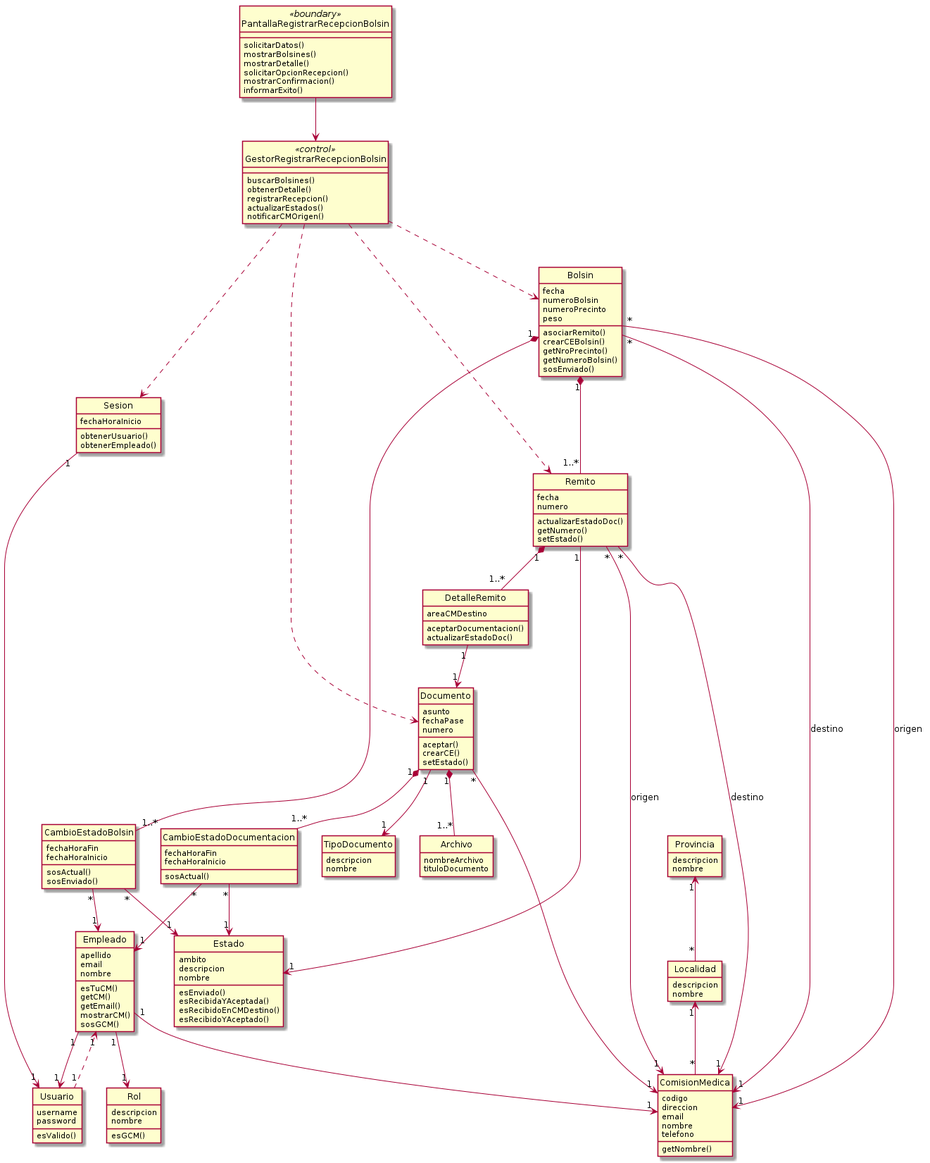
Above: ClasesDeAnalisis_Estatica.png in Felipe158/PPAI_bolsines (PlantUML), before the change.
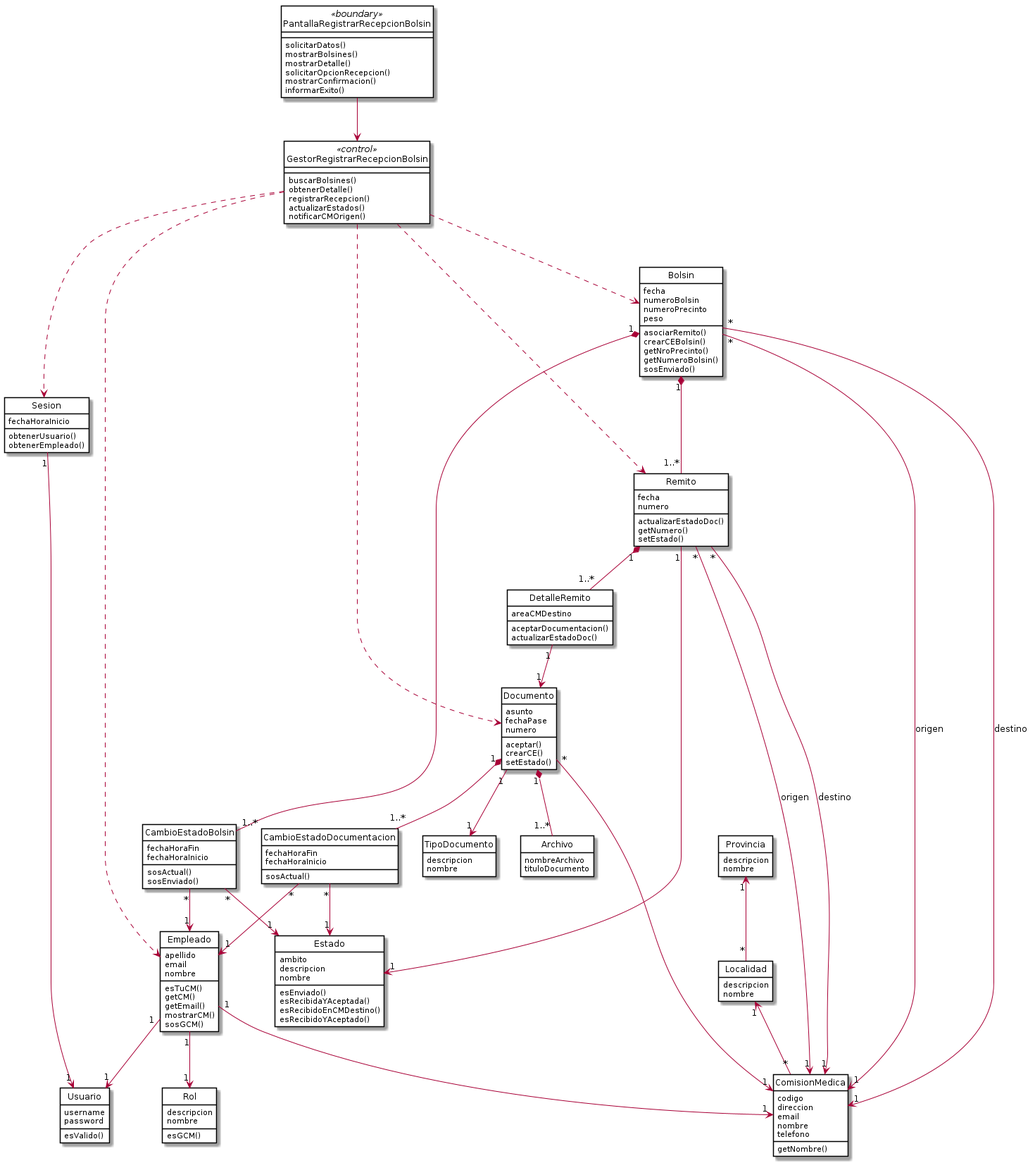
After the change.

Commit message:
diagrama de secuencia

Change to the diagram source:
```diff
@@ -1,5 +1,10 @@
 @startuml
+
 skinparam classAttributeIconSize 0
+skinparam class {
+  BackgroundColor White
+  BorderColor Black
+}
 
 hide empty methods
 hide circle
@@ -155,7 +160,6 @@
 Provincia "1" <-- "*" Localidad
 Localidad "1" <-- "*" ComisionMedica
 
-Usuario "1" ..> "1" Empleado
 Sesion "1" --> "1" Usuario
 
 Empleado "1" --> "1" Rol
@@ -190,5 +194,6 @@
 GestorRegistrarRecepcionBolsin ..> Bolsin
 GestorRegistrarRecepcionBolsin ..> Remito
 GestorRegistrarRecepcionBolsin ..> Documento
+GestorRegistrarRecepcionBolsin ..> Empleado
 
 @enduml
```
